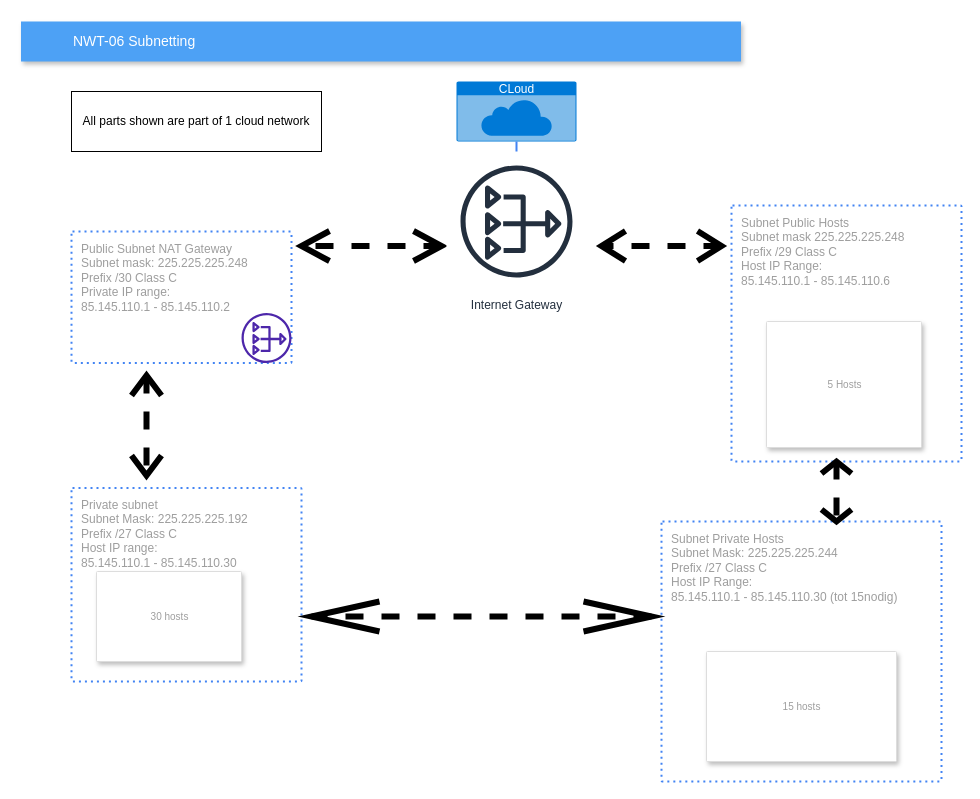
Earlier version of the draw.io diagram week2cloud8/SubnetDiagram.drawio (TechGrounds-Cloud8/cloud8-Rolfsijtema). Source tidied: cells renumbered, new cells numbered last; positions are measured from the earlier drawing's top-left corner, leaving out a move shared by most shapes. Both pictures are drawn from the tidied source at 100%, with x=0, y=0 at pixel (21, 21).
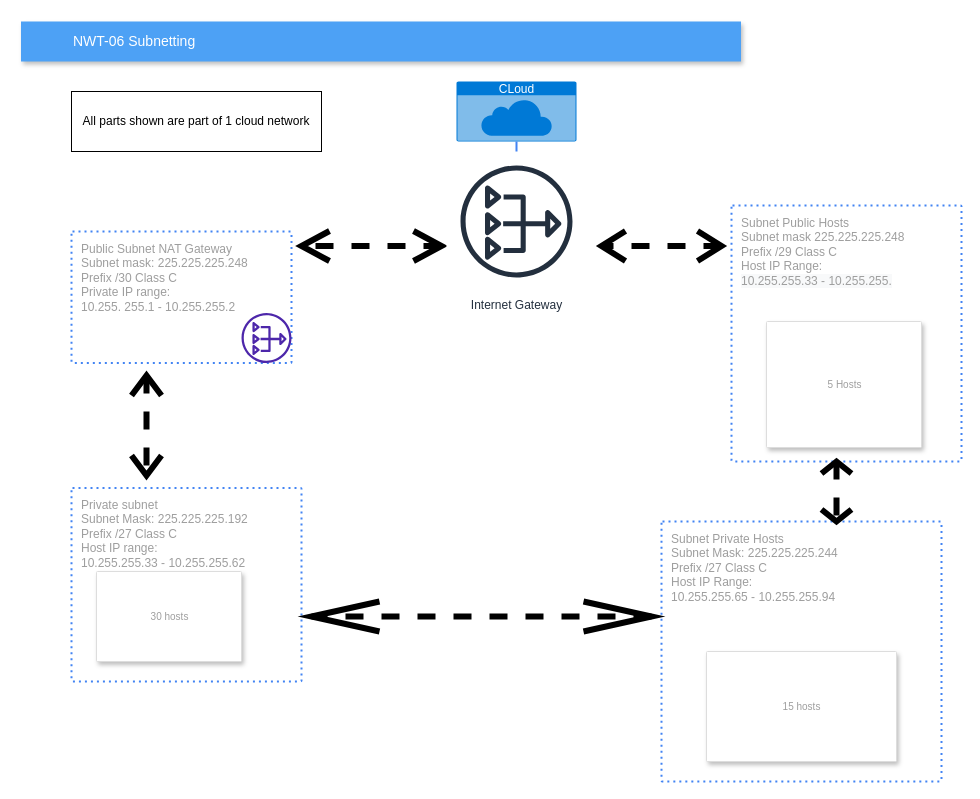
The same page after the edit.

The edit, as a diff of the source:
```diff
@@
-    <mxCell id="2" value="Private subnet&amp;nbsp;&lt;br&gt;Subnet Mask: 225.225.225.192&lt;br&gt;Prefix /27 Class C&lt;br&gt;Host IP range:&amp;nbsp;&lt;br&gt;85.145.110.1 - 85.145.110.30" style="rounded=1;absoluteArcSize=1;arcSize=2;html=1;strokeColor=#4284F3;gradientColor=none;shadow=0;dashed=1;fontSize=12;fontColor=#9E9E9E;align=left;verticalAlign=top;spacing=10;spacingTop=-4;fillColor=none;dashPattern=1 2;strokeWidth=2;" parent="1" vertex="1">
+    <mxCell id="2" value="Private subnet&amp;nbsp;&lt;br&gt;Subnet Mask: 225.225.225.192&lt;br&gt;Prefix /27 Class C&lt;br&gt;Host IP range:&amp;nbsp;&lt;br&gt;10.255.255.33 - 10.255.255.62" style="rounded=1;absoluteArcSize=1;arcSize=2;html=1;strokeColor=#4284F3;gradientColor=none;shadow=0;dashed=1;fontSize=12;fontColor=#9E9E9E;align=left;verticalAlign=top;spacing=10;spacingTop=-4;fillColor=none;dashPattern=1 2;strokeWidth=2;" parent="1" vertex="1">
       <mxGeometry x="50" y="466.4" width="230" height="193.6" as="geometry" />
     </mxCell>
@@
-    <mxCell id="5" value="Subnet Public Hosts&lt;br&gt;Subnet mask 225.225.225.248&lt;br&gt;Prefix /29 Class C&lt;br&gt;Host IP Range: &lt;br&gt;85.145.110.1 - 85.145.110.6" style="rounded=1;absoluteArcSize=1;arcSize=2;html=1;strokeColor=#4284F3;gradientColor=none;shadow=0;dashed=1;fontSize=12;fontColor=#9E9E9E;align=left;verticalAlign=top;spacing=10;spacingTop=-4;fillColor=none;dashPattern=1 2;strokeWidth=2;" parent="1" vertex="1">
+    <mxCell id="5" value="Subnet Public Hosts&lt;br&gt;Subnet mask 225.225.225.248&lt;br&gt;Prefix /29 Class C&lt;br&gt;Host IP Range: &lt;br&gt;&lt;span style=&quot;background-color: rgb(248 , 249 , 250)&quot;&gt;10.255.255.33 - 10.255.255.&lt;/span&gt;" style="rounded=1;absoluteArcSize=1;arcSize=2;html=1;strokeColor=#4284F3;gradientColor=none;shadow=0;dashed=1;fontSize=12;fontColor=#9E9E9E;align=left;verticalAlign=top;spacing=10;spacingTop=-4;fillColor=none;dashPattern=1 2;strokeWidth=2;" parent="1" vertex="1">
       <mxGeometry x="710" y="184" width="230" height="256" as="geometry" />
     </mxCell>
@@
-    <mxCell id="8" value="Public Subnet NAT Gateway&lt;br&gt;Subnet mask: 225.225.225.248&lt;br&gt;Prefix /30 Class C&lt;br&gt;Private IP range:&lt;br&gt;85.145.110.1 - 85.145.110.2" style="rounded=1;absoluteArcSize=1;arcSize=2;html=1;strokeColor=#4284F3;gradientColor=none;shadow=0;dashed=1;fontSize=12;fontColor=#9E9E9E;align=left;verticalAlign=top;spacing=10;spacingTop=-4;fillColor=none;dashPattern=1 2;strokeWidth=2;" parent="1" vertex="1">
+    <mxCell id="8" value="Public Subnet NAT Gateway&lt;br&gt;Subnet mask: 225.225.225.248&lt;br&gt;Prefix /30 Class C&lt;br&gt;Private IP range:&lt;br&gt;10.255. 255.1 - 10.255.255.2" style="rounded=1;absoluteArcSize=1;arcSize=2;html=1;strokeColor=#4284F3;gradientColor=none;shadow=0;dashed=1;fontSize=12;fontColor=#9E9E9E;align=left;verticalAlign=top;spacing=10;spacingTop=-4;fillColor=none;dashPattern=1 2;strokeWidth=2;" parent="1" vertex="1">
       <mxGeometry x="50" y="210" width="220" height="131.5" as="geometry" />
     </mxCell>
@@
-    <mxCell id="10" value="Subnet Private Hosts&lt;br&gt;Subnet Mask: 225.225.225.244&lt;br&gt;Prefix /27 Class C&lt;br&gt;Host IP Range:&amp;nbsp;&lt;br&gt;85.145.110.1 - 85.145.110.30 (tot 15nodig)" style="rounded=1;absoluteArcSize=1;arcSize=2;html=1;strokeColor=#4284F3;gradientColor=none;shadow=0;dashed=1;fontSize=12;fontColor=#9E9E9E;align=left;verticalAlign=top;spacing=10;spacingTop=-4;fillColor=none;dashPattern=1 2;strokeWidth=2;" parent="1" vertex="1">
+    <mxCell id="10" value="Subnet Private Hosts&lt;br&gt;Subnet Mask: 225.225.225.244&lt;br&gt;Prefix /27 Class C&lt;br&gt;Host IP Range:&amp;nbsp;&lt;br&gt;10.255.255.65 - 10.255.255.94" style="rounded=1;absoluteArcSize=1;arcSize=2;html=1;strokeColor=#4284F3;gradientColor=none;shadow=0;dashed=1;fontSize=12;fontColor=#9E9E9E;align=left;verticalAlign=top;spacing=10;spacingTop=-4;fillColor=none;dashPattern=1 2;strokeWidth=2;" parent="1" vertex="1">
       <mxGeometry x="640" y="500" width="280" height="260" as="geometry" />
     </mxCell>
```
